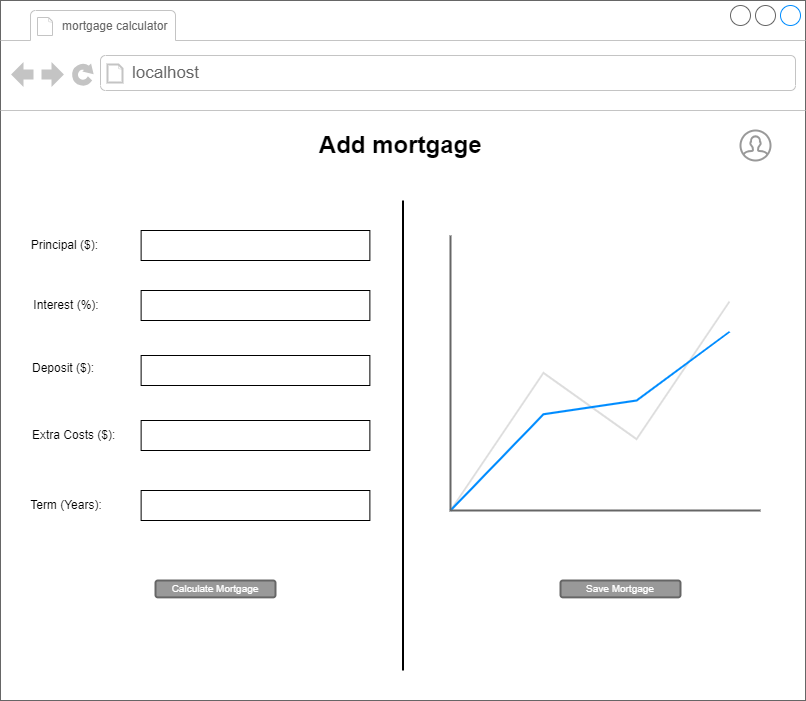
Before: Design/wireframe_add_mortgage.png, a diagram exported from draw.io (KatherineMulder/ITPR7.508-Business-Application-Programming-Semester-One-2024). Source tidied: cells renumbered, new cells last; positions are measured from the earlier drawing's top-left corner, leaving out a move shared by most shapes.
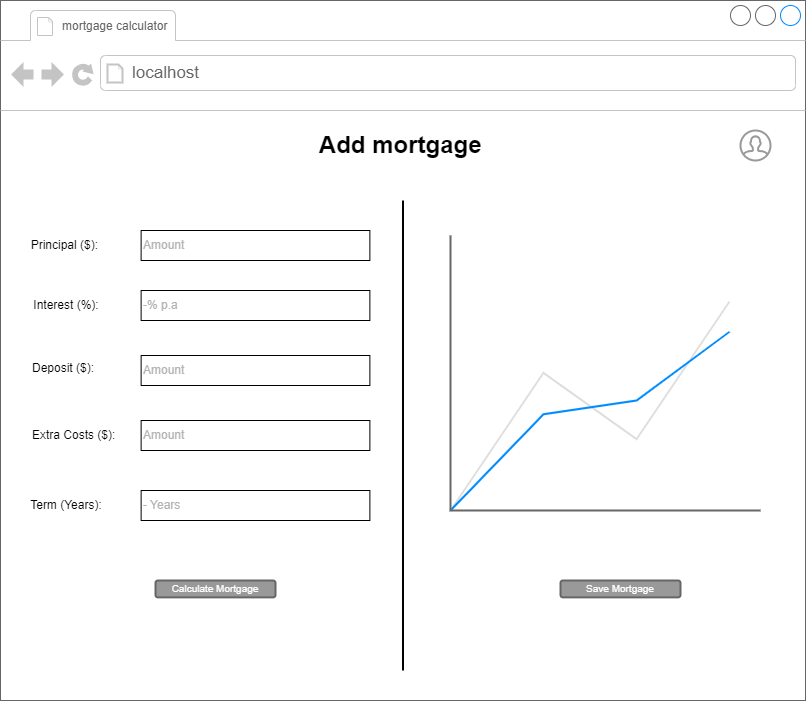
After the commit.

Diff of the diagram source:
```diff
@@ -50,20 +50,20 @@
     <mxCell id="16" style="verticalLabelPosition=bottom;shadow=0;dashed=0;align=center;html=1;verticalAlign=top;strokeWidth=1;shape=mxgraph.mockup.graphics.lineChart;strokeColor=none;strokeColor2=#666666;strokeColor3=#008cff;strokeColor4=#dddddd;" parent="2" vertex="1">
       <mxGeometry x="450" y="235" width="310" height="275" as="geometry" />
     </mxCell>
-    <mxCell id="17" style="rounded=0;whiteSpace=wrap;html=1;" parent="2" vertex="1">
+    <mxCell id="17" value="&lt;font color=&quot;#b3b3b3&quot;&gt;- Years&lt;/font&gt;" style="rounded=0;whiteSpace=wrap;html=1;align=left;" parent="2" vertex="1">
       <mxGeometry x="140.6" y="490" width="228.8" height="30" as="geometry" />
     </mxCell>
-    <mxCell id="18" style="rounded=0;whiteSpace=wrap;html=1;" parent="2" vertex="1">
+    <mxCell id="18" value="&lt;font color=&quot;#b3b3b3&quot;&gt;Amount&lt;/font&gt;" style="rounded=0;whiteSpace=wrap;html=1;align=left;" parent="2" vertex="1">
       <mxGeometry x="140.6" y="420" width="228.8" height="30" as="geometry" />
     </mxCell>
-    <mxCell id="19" style="rounded=0;whiteSpace=wrap;html=1;" parent="2" vertex="1">
+    <mxCell id="19" value="&lt;font color=&quot;#b3b3b3&quot;&gt;-% p.a&lt;/font&gt;" style="rounded=0;whiteSpace=wrap;html=1;align=left;" parent="2" vertex="1">
       <mxGeometry x="140.6" y="290" width="228.8" height="30" as="geometry" />
     </mxCell>
-    <mxCell id="20" style="rounded=0;whiteSpace=wrap;html=1;" parent="2" vertex="1">
+    <mxCell id="20" value="&lt;font color=&quot;#b3b3b3&quot;&gt;Amount&lt;/font&gt;" style="rounded=0;whiteSpace=wrap;html=1;align=left;" parent="2" vertex="1">
       <mxGeometry x="140.6" y="230" width="228.8" height="30" as="geometry" />
     </mxCell>
-    <mxCell id="21" style="rounded=0;whiteSpace=wrap;html=1;" parent="2" vertex="1">
-      <mxGeometry x="140.6" y="355" width="228.8" height="30" as="geometry" />
-    </mxCell>
+    <mxCell id="22" value="&lt;font color=&quot;#b3b3b3&quot;&gt;Amount&lt;/font&gt;" style="rounded=0;whiteSpace=wrap;html=1;align=left;" parent="2" vertex="1">
+      <mxGeometry x="140.6" y="355" width="228.8" height="30" as="geometry" />
+    </mxCell>
   </root>
 </mxGraphModel>
```
